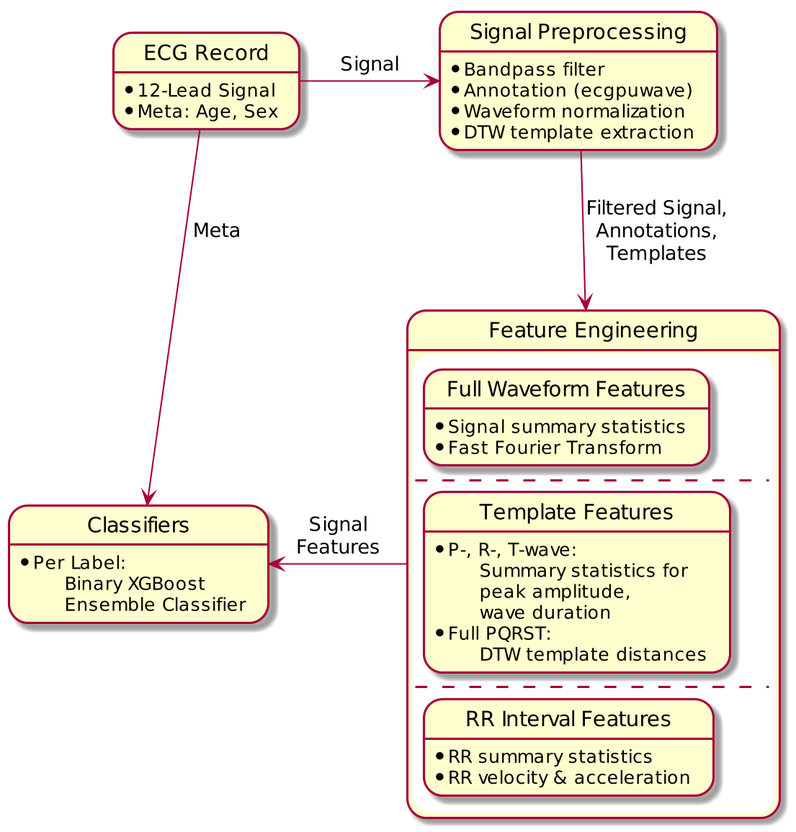
Before: fig/methodology.png, a diagram exported from PlantUML (awwong1/cinc-2020-paper). Its diagram source:
```plantuml
@startuml
hide empty description
skinparam dpi 200

state "Classifiers" as classifier
classifier : * Per Label:\n\tBinary XGBoost\n\tEnsemble Classifier

state "Signal Preprocessing" as sigproc
sigproc: * Bandpass filter\n* Annotation (ecgpuwave)\n* Waveform normalization\n*DTW template extraction
sigproc --> feat_eng : Filtered Signal,\nAnnotations,\nTemplates

state "ECG Record" as record
record: * 12-Lead Signal\n* Meta: Age, Sex
record -right-> sigproc : Signal
record --> classifier : Meta

state "Feature Engineering" as feat_eng {
  state "Full Waveform Features" as wave_feat
  wave_feat : * Signal summary statistics\n* Fast Fourier Transform
  --
  state "Template Features" as temp_feat
  temp_feat : * P-, R-, T-wave:\n\tSummary statistics for\n\tpeak amplitude,\n\twave duration\n* Full PQRST:\n\tDTW template distances
  --
  state "RR Interval Features" as rri_feat
  rri_feat : * RR summary statistics\n* RR velocity & acceleration
}
feat_eng -left-> classifier : Signal\nFeatures
@enduml
```
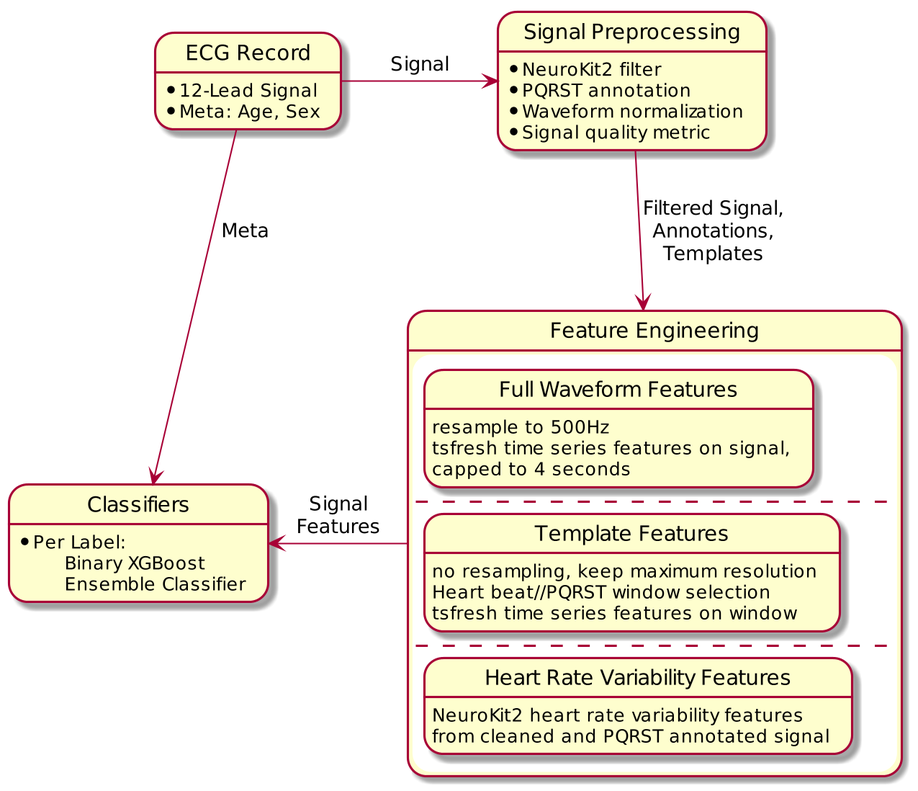
Later version of the same file.

The edit, as a diff of the source:
```diff
@@ -6,7 +6,7 @@
 classifier : * Per Label:\n\tBinary XGBoost\n\tEnsemble Classifier
 
 state "Signal Preprocessing" as sigproc
-sigproc: * Bandpass filter\n* Annotation (ecgpuwave)\n* Waveform normalization\n*DTW template extraction
+sigproc: * NeuroKit2 filter\n* PQRST annotation\n* Waveform normalization\n*Signal quality metric
 sigproc --> feat_eng : Filtered Signal,\nAnnotations,\nTemplates
 
 state "ECG Record" as record
@@ -16,13 +16,13 @@
 
 state "Feature Engineering" as feat_eng {
   state "Full Waveform Features" as wave_feat
-  wave_feat : * Signal summary statistics\n* Fast Fourier Transform
+  wave_feat : resample to 500Hz\ntsfresh time series features on signal,\ncapped to 4 seconds
   --
   state "Template Features" as temp_feat
-  temp_feat : * P-, R-, T-wave:\n\tSummary statistics for\n\tpeak amplitude,\n\twave duration\n* Full PQRST:\n\tDTW template distances
+  temp_feat : no resampling, keep maximum resolution\nHeart beat//PQRST window selection\ntsfresh time series features on window
   --
-  state "RR Interval Features" as rri_feat
-  rri_feat : * RR summary statistics\n* RR velocity & acceleration
+  state "Heart Rate Variability Features" as rri_feat
+  rri_feat : NeuroKit2 heart rate variability features\nfrom cleaned and PQRST annotated signal
 }
 feat_eng -left-> classifier : Signal\nFeatures
 @enduml
```
